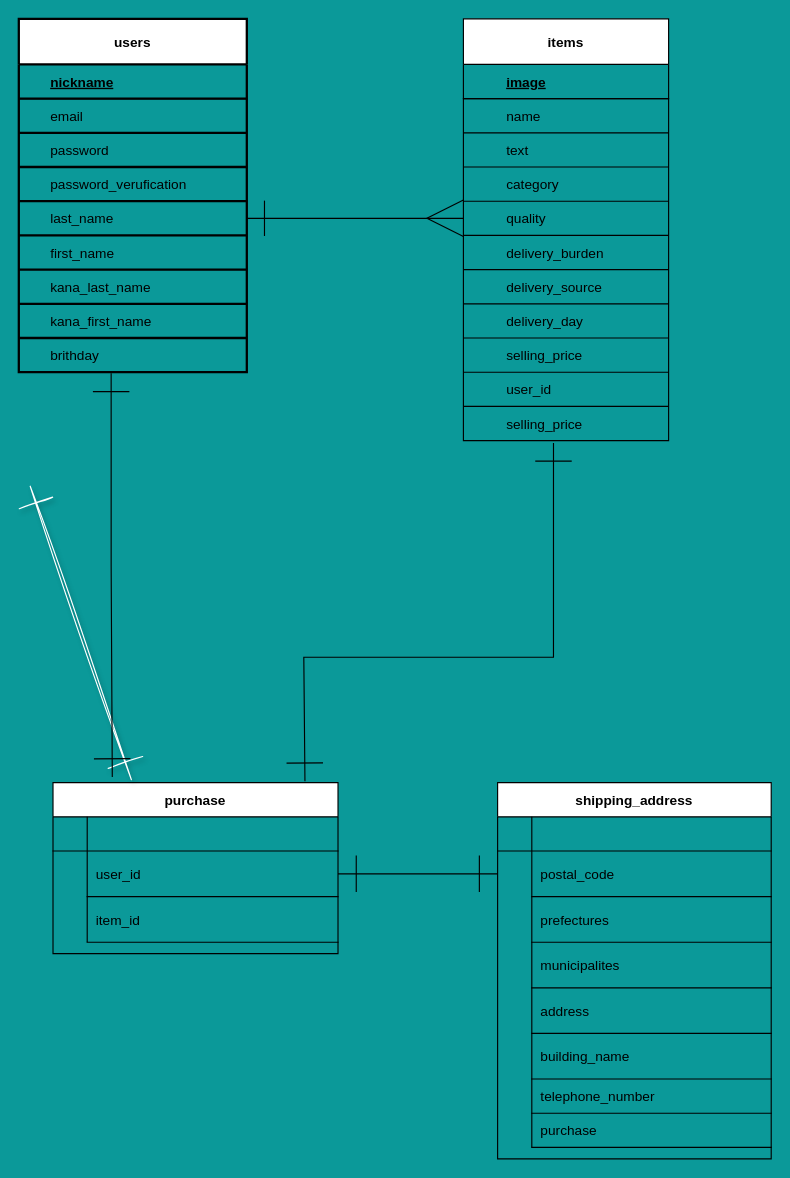
Above: test.dio in CEmi6653/furima-36068 (draw.io), before the change. Source tidied: cells renumbered, new cells numbered last; positions are measured from the earlier drawing's top-left corner, leaving out a move shared by most shapes. Both pictures are drawn from the tidied source at 114%, with x=0, y=0 at pixel (18, 18).
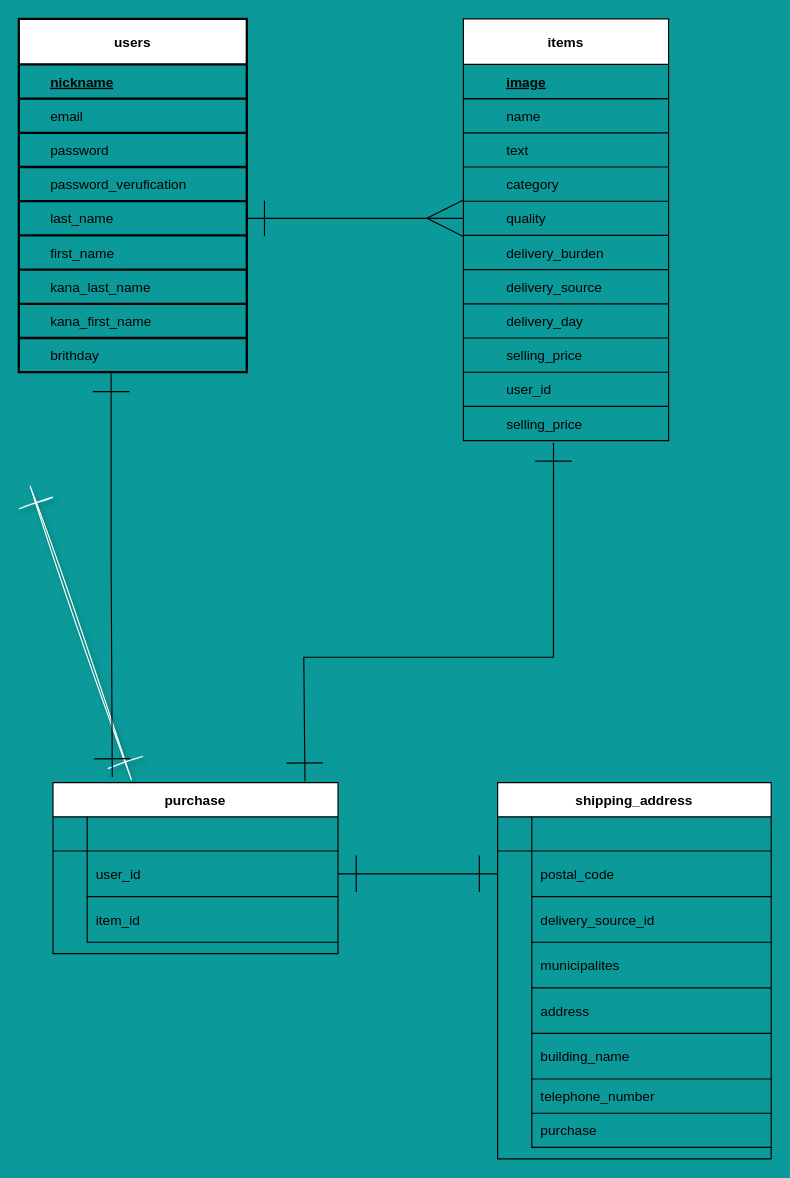
After the change.

Unchanged cells that the change refers to:
```xml
<mxCell id="83" style="shape=partialRectangle;fillColor=none;top=0;left=0;bottom=0;right=0;" parent="76" vertex="1">
  <mxGeometry y="100" width="240" height="40" as="geometry" />
</mxCell>
```

What changed in the source:
```diff
@@
-    <mxCell id="85" value="prefectures" style="shape=partialRectangle;fillColor=none;top=0;left=0;bottom=1;right=0;align=left;spacingLeft=6;overflow=hidden;" parent="83" vertex="1">
+    <mxCell id="85" value="delivery_source_id" style="shape=partialRectangle;fillColor=none;top=0;left=0;bottom=1;right=0;align=left;spacingLeft=6;overflow=hidden;" parent="83" vertex="1">
       <mxGeometry x="30" width="210" height="40" as="geometry" />
     </mxCell>
```
